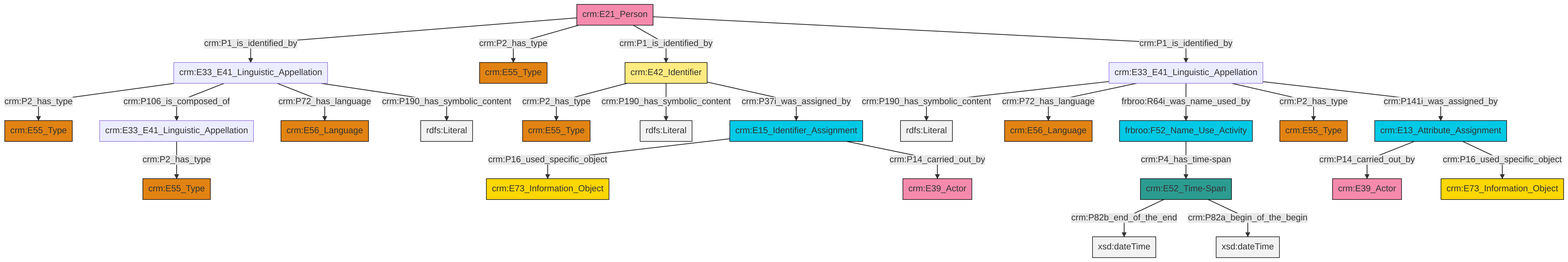
Earlier version of the Mermaid export et/personCSV/ttl/mmd/png/Person_Names_and_Classification.png (swiss-art-research-net/docs.swissartresearch). Its source is kept beside it as et/personCSV/ttl/mmd/Person_Names_and_Classification.ttl.mmd.
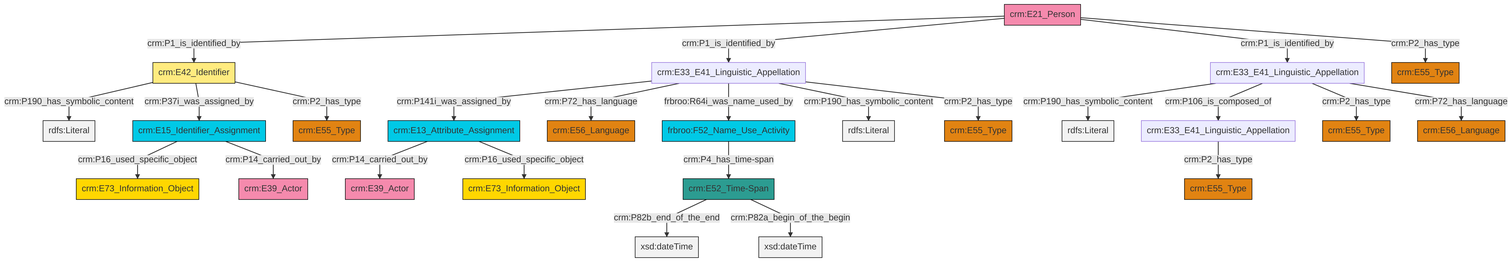
Above is the later version.

The edit, as a diff of the source:
```diff
@@ -13,27 +13,27 @@
 classDef PC_Classes fill:#4ce600, stroke:#000000;
 classDef Multi fill:#cccccc,stroke:#000000;
 
-12["crm:E33_E41_Linguistic_Appellation"]:::Default -->|crm:P190_has_symbolic_content| 13[rdfs:Literal]:::Literal
-16["crm:E13_Attribute_Assignment"]:::Temporal_Entity -->|crm:P14_carried_out_by| 17["crm:E39_Actor"]:::Actor
-18["crm:E42_Identifier"]:::Appellation -->|crm:P2_has_type| 19["crm:E55_Type"]:::Type
-12["crm:E33_E41_Linguistic_Appellation"]:::Default -->|crm:P72_has_language| 20["crm:E56_Language"]:::Type
-28["crm:E21_Person"]:::Actor -->|crm:P1_is_identified_by| 4["crm:E33_E41_Linguistic_Appellation"]:::Default
-0["crm:E52_Time-Span"]:::Time-Span -->|crm:P82b_end_of_the_end| 29[xsd:dateTime]:::Literal
-4["crm:E33_E41_Linguistic_Appellation"]:::Default -->|crm:P2_has_type| 6["crm:E55_Type"]:::Type
-14["crm:E15_Identifier_Assignment"]:::Temporal_Entity -->|crm:P16_used_specific_object| 10["crm:E73_Information_Object"]:::Conceptual_Object
-4["crm:E33_E41_Linguistic_Appellation"]:::Default -->|crm:P106_is_composed_of| 26["crm:E33_E41_Linguistic_Appellation"]:::Default
-4["crm:E33_E41_Linguistic_Appellation"]:::Default -->|crm:P72_has_language| 31["crm:E56_Language"]:::Type
-26["crm:E33_E41_Linguistic_Appellation"]:::Default -->|crm:P2_has_type| 21["crm:E55_Type"]:::Type
-34["frbroo:F52_Name_Use_Activity"]:::Temporal_Entity -->|crm:P4_has_time-span| 0["crm:E52_Time-Span"]:::Time-Span
-28["crm:E21_Person"]:::Actor -->|crm:P2_has_type| 24["crm:E55_Type"]:::Type
-16["crm:E13_Attribute_Assignment"]:::Temporal_Entity -->|crm:P16_used_specific_object| 8["crm:E73_Information_Object"]:::Conceptual_Object
-18["crm:E42_Identifier"]:::Appellation -->|crm:P190_has_symbolic_content| 37[rdfs:Literal]:::Literal
-28["crm:E21_Person"]:::Actor -->|crm:P1_is_identified_by| 18["crm:E42_Identifier"]:::Appellation
-4["crm:E33_E41_Linguistic_Appellation"]:::Default -->|crm:P190_has_symbolic_content| 38[rdfs:Literal]:::Literal
-0["crm:E52_Time-Span"]:::Time-Span -->|crm:P82a_begin_of_the_begin| 39[xsd:dateTime]:::Literal
-18["crm:E42_Identifier"]:::Appellation -->|crm:P37i_was_assigned_by| 14["crm:E15_Identifier_Assignment"]:::Temporal_Entity
-12["crm:E33_E41_Linguistic_Appellation"]:::Default -->|frbroo:R64i_was_name_used_by| 34["frbroo:F52_Name_Use_Activity"]:::Temporal_Entity
-28["crm:E21_Person"]:::Actor -->|crm:P1_is_identified_by| 12["crm:E33_E41_Linguistic_Appellation"]:::Default
-14["crm:E15_Identifier_Assignment"]:::Temporal_Entity -->|crm:P14_carried_out_by| 40["crm:E39_Actor"]:::Actor
-12["crm:E33_E41_Linguistic_Appellation"]:::Default -->|crm:P2_has_type| 2["crm:E55_Type"]:::Type
-12["crm:E33_E41_Linguistic_Appellation"]:::Default -->|crm:P141i_was_assigned_by| 16["crm:E13_Attribute_Assignment"]:::Temporal_Entity
+2["crm:E33_E41_Linguistic_Appellation"]:::Default -->|crm:P190_has_symbolic_content| 3[rdfs:Literal]:::Literal
+14["crm:E42_Identifier"]:::Appellation -->|crm:P190_has_symbolic_content| 15[rdfs:Literal]:::Literal
+18["crm:E15_Identifier_Assignment"]:::Temporal_Entity -->|crm:P16_used_specific_object| 19["crm:E73_Information_Object"]:::Conceptual_Object
+20["crm:E21_Person"]:::Actor -->|crm:P1_is_identified_by| 14["crm:E42_Identifier"]:::Appellation
+2["crm:E33_E41_Linguistic_Appellation"]:::Default -->|crm:P106_is_composed_of| 16["crm:E33_E41_Linguistic_Appellation"]:::Default
+20["crm:E21_Person"]:::Actor -->|crm:P1_is_identified_by| 8["crm:E33_E41_Linguistic_Appellation"]:::Default
+8["crm:E33_E41_Linguistic_Appellation"]:::Default -->|crm:P141i_was_assigned_by| 4["crm:E13_Attribute_Assignment"]:::Temporal_Entity
+8["crm:E33_E41_Linguistic_Appellation"]:::Default -->|crm:P72_has_language| 24["crm:E56_Language"]:::Type
+20["crm:E21_Person"]:::Actor -->|crm:P1_is_identified_by| 2["crm:E33_E41_Linguistic_Appellation"]:::Default
+10["frbroo:F52_Name_Use_Activity"]:::Temporal_Entity -->|crm:P4_has_time-span| 25["crm:E52_Time-Span"]:::Time-Span
+16["crm:E33_E41_Linguistic_Appellation"]:::Default -->|crm:P2_has_type| 28["crm:E55_Type"]:::Type
+25["crm:E52_Time-Span"]:::Time-Span -->|crm:P82b_end_of_the_end| 29[xsd:dateTime]:::Literal
+14["crm:E42_Identifier"]:::Appellation -->|crm:P37i_was_assigned_by| 18["crm:E15_Identifier_Assignment"]:::Temporal_Entity
+4["crm:E13_Attribute_Assignment"]:::Temporal_Entity -->|crm:P14_carried_out_by| 30["crm:E39_Actor"]:::Actor
+2["crm:E33_E41_Linguistic_Appellation"]:::Default -->|crm:P2_has_type| 6["crm:E55_Type"]:::Type
+2["crm:E33_E41_Linguistic_Appellation"]:::Default -->|crm:P72_has_language| 12["crm:E56_Language"]:::Type
+18["crm:E15_Identifier_Assignment"]:::Temporal_Entity -->|crm:P14_carried_out_by| 0["crm:E39_Actor"]:::Actor
+4["crm:E13_Attribute_Assignment"]:::Temporal_Entity -->|crm:P16_used_specific_object| 34["crm:E73_Information_Object"]:::Conceptual_Object
+20["crm:E21_Person"]:::Actor -->|crm:P2_has_type| 21["crm:E55_Type"]:::Type
+8["crm:E33_E41_Linguistic_Appellation"]:::Default -->|frbroo:R64i_was_name_used_by| 10["frbroo:F52_Name_Use_Activity"]:::Temporal_Entity
+8["crm:E33_E41_Linguistic_Appellation"]:::Default -->|crm:P190_has_symbolic_content| 38[rdfs:Literal]:::Literal
+8["crm:E33_E41_Linguistic_Appellation"]:::Default -->|crm:P2_has_type| 40["crm:E55_Type"]:::Type
+14["crm:E42_Identifier"]:::Appellation -->|crm:P2_has_type| 26["crm:E55_Type"]:::Type
+25["crm:E52_Time-Span"]:::Time-Span -->|crm:P82a_begin_of_the_begin| 45[xsd:dateTime]:::Literal
```
